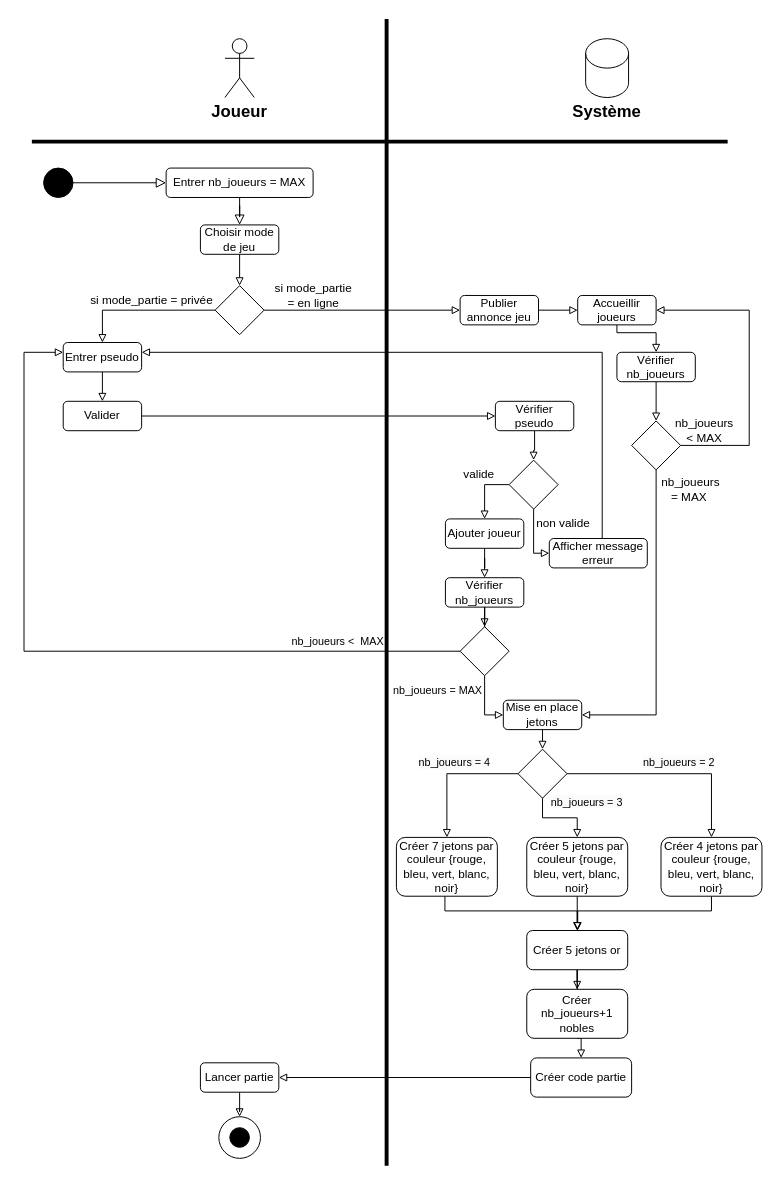
The draw.io diagram Diagrammes/Diagramme activité créer partie.drawio in Igniiis/projet_splendor, before the edit. Source tidied: cells renumbered, new cells numbered last; positions are measured from the earlier drawing's top-left corner, leaving out a move shared by most shapes. Both pictures are drawn from the tidied source at 98%, with x=0, y=0 at pixel (24, 19).
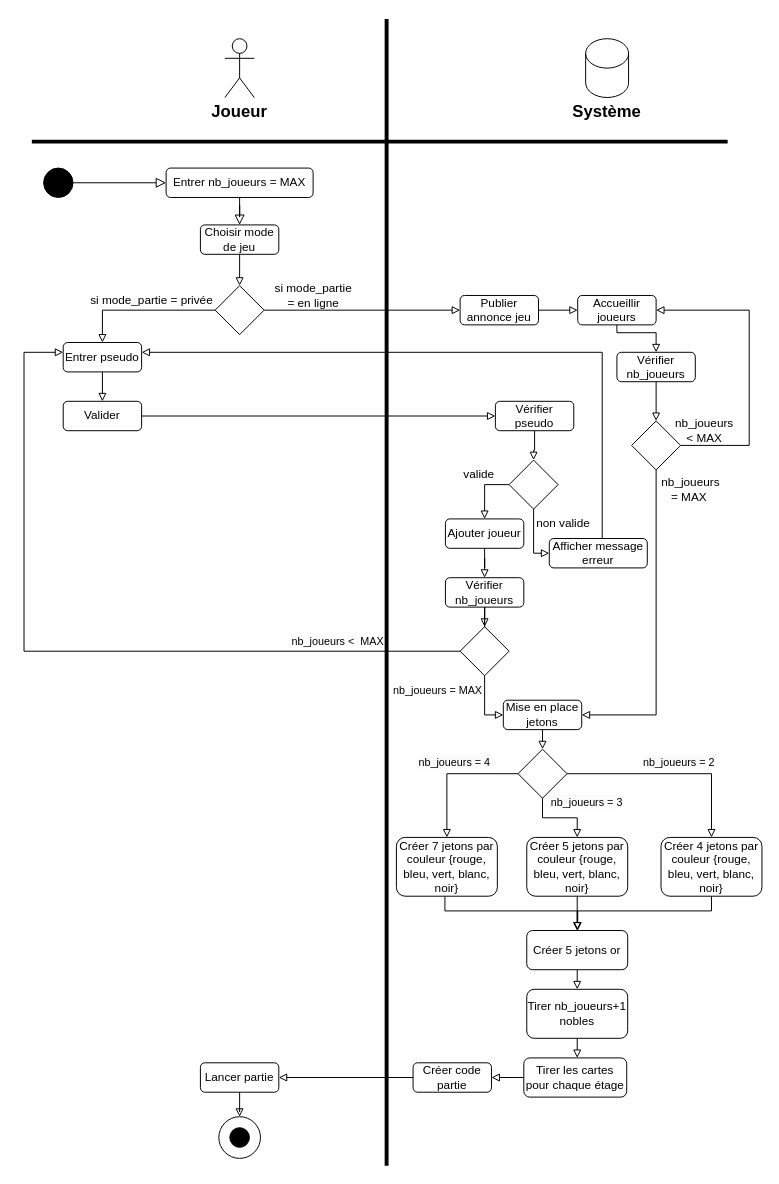
The same diagram, later.

Commit message:
Mettre à jour Diagramme activité créer partie.drawio

Unchanged cells that the change refers to:
```xml
<mxCell id="72" value="Créer 5 jetons or" style="rounded=1;whiteSpace=wrap;html=1;fontSize=12;glass=0;strokeWidth=1;shadow=0;" parent="1" vertex="1">
  <mxGeometry x="513" y="930" width="103" height="40" as="geometry" />
</mxCell>
```

Diff of the diagram source:
```diff
@@
     <mxCell id="71" style="edgeStyle=orthogonalEdgeStyle;rounded=0;jettySize=auto;html=1;entryX=0.5;entryY=0;entryDx=0;entryDy=0;endArrow=block;endFill=0;" parent="1" edge="1" source="72" target="75">
-      <mxGeometry relative="1" as="geometry" />
+      <mxGeometry relative="1" as="geometry">
+        <Array as="points">
+          <mxPoint x="565" y="970" />
+          <mxPoint x="565" y="970" />
+        </Array>
+      </mxGeometry>
     </mxCell>
@@
     <mxCell id="73" value="Créer code partie" style="rounded=1;whiteSpace=wrap;html=1;fontSize=12;glass=0;strokeWidth=1;shadow=0;" parent="1" vertex="1">
-      <mxGeometry x="517" y="1060" width="103" height="40" as="geometry" />
+      <mxGeometry x="397" y="1065" width="80" height="30" as="geometry" />
     </mxCell>
-    <mxCell id="74" style="edgeStyle=orthogonalEdgeStyle;rounded=0;jettySize=auto;html=1;exitX=0.5;exitY=1;exitDx=0;exitDy=0;entryX=0.5;entryY=0;entryDx=0;entryDy=0;endArrow=block;endFill=0;" parent="1" edge="1" source="75" target="73">
-      <mxGeometry relative="1" as="geometry" />
-    </mxCell>
-    <mxCell id="75" value="Créer nb_joueurs+1 nobles" style="rounded=1;whiteSpace=wrap;html=1;fontSize=12;glass=0;strokeWidth=1;shadow=0;" parent="1" vertex="1">
+    <mxCell id="75" value="Tirer nb_joueurs+1 nobles" style="rounded=1;whiteSpace=wrap;html=1;fontSize=12;glass=0;strokeWidth=1;shadow=0;" parent="1" vertex="1">
       <mxGeometry x="513" y="990" width="103" height="50" as="geometry" />
     </mxCell>
@@
+    <mxCell id="77" value="Tirer les cartes pour chaque étage" style="rounded=1;whiteSpace=wrap;html=1;fontSize=12;glass=0;strokeWidth=1;shadow=0;" parent="1" vertex="1">
+      <mxGeometry x="510" y="1060" width="105" height="40" as="geometry" />
+    </mxCell>
+    <mxCell id="78" style="edgeStyle=orthogonalEdgeStyle;rounded=0;jettySize=auto;html=1;endArrow=block;endFill=0;" parent="1" edge="1" source="75" target="77">
+      <mxGeometry relative="1" as="geometry">
+        <Array as="points">
+          <mxPoint x="565" y="1040" />
+          <mxPoint x="565" y="1040" />
+        </Array>
+      </mxGeometry>
+    </mxCell>
+    <mxCell id="79" style="edgeStyle=orthogonalEdgeStyle;rounded=0;jettySize=auto;html=1;endArrow=block;endFill=0;" parent="1" edge="1" source="77" target="73">
+      <mxGeometry relative="1" as="geometry" />
+    </mxCell>
```
